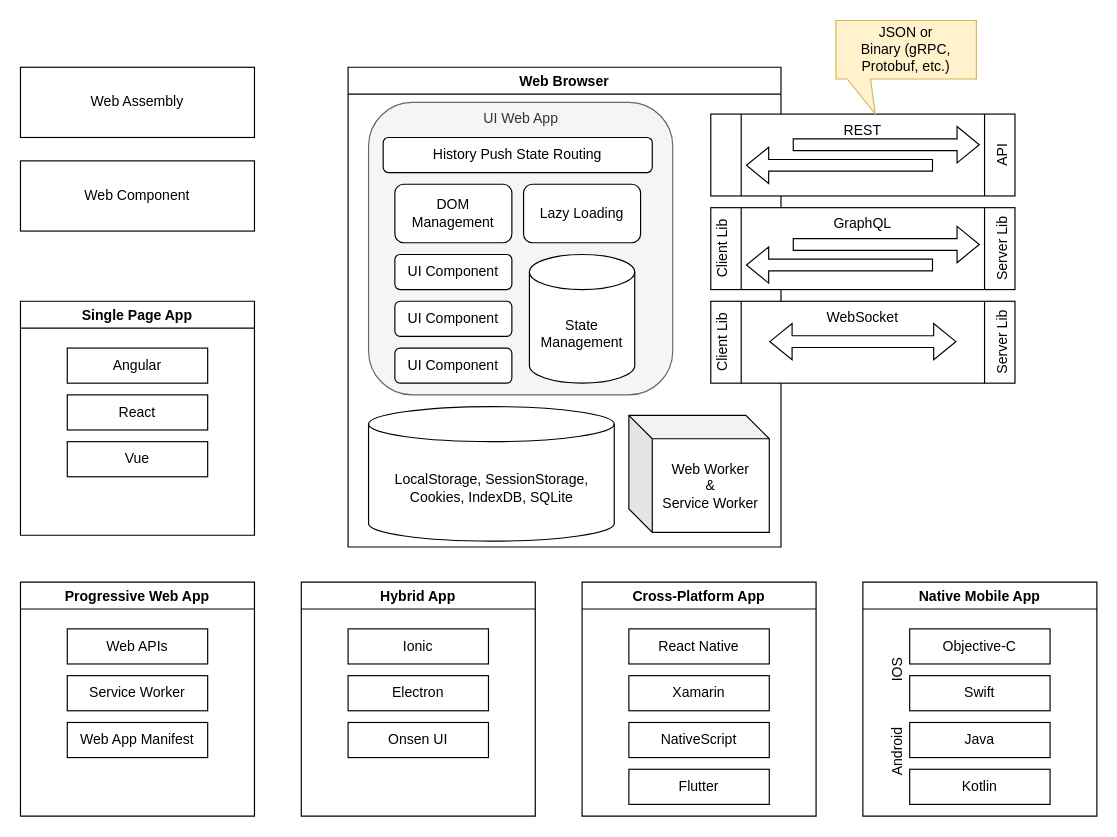
Before: Frontend-Arch.drawio in hikumealan/draw-io-diagrams, a draw.io diagram. Source tidied: cells renumbered, new cells numbered last; positions are measured from the earlier drawing's top-left corner, leaving out a move shared by most shapes. Both pictures are drawn from the tidied source at 117%, with x=0, y=0 at pixel (20, 20).
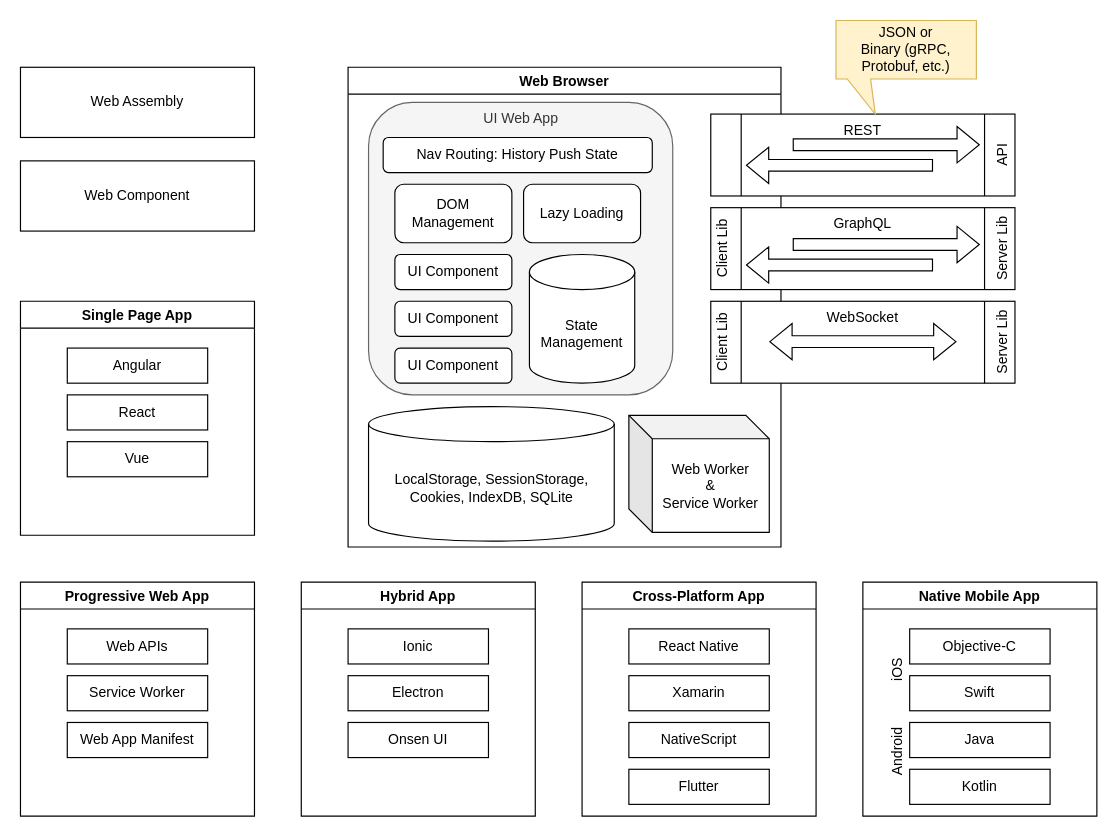
The same page after the edit.

The change refers to these unchanged cells:
```xml
<mxCell id="2" value="Native Mobile App" style="swimlane;" parent="1" vertex="1">
  <mxGeometry x="720" y="480" width="200" height="200" as="geometry" />
</mxCell>
<mxCell id="27" value="Web Browser" style="swimlane;" parent="1" vertex="1">
  <mxGeometry x="280" y="40" width="370" height="410" as="geometry" />
</mxCell>
```

What changed in the source:
```diff
@@
-    <mxCell id="7" value="IOS" style="text;html=1;strokeColor=none;fillColor=none;align=center;verticalAlign=middle;whiteSpace=wrap;rounded=0;rotation=-90;" parent="2" vertex="1">
+    <mxCell id="7" value="iOS" style="text;html=1;strokeColor=none;fillColor=none;align=center;verticalAlign=middle;whiteSpace=wrap;rounded=0;rotation=-90;" parent="2" vertex="1">
       <mxGeometry y="60" width="60" height="30" as="geometry" />
     </mxCell>
@@
-    <mxCell id="32" value="History Push State Routing" style="rounded=1;whiteSpace=wrap;html=1;" parent="27" vertex="1">
+    <mxCell id="32" value="Nav Routing: History Push State" style="rounded=1;whiteSpace=wrap;html=1;" parent="27" vertex="1">
       <mxGeometry x="30" y="60" width="230" height="30" as="geometry" />
     </mxCell>
```
